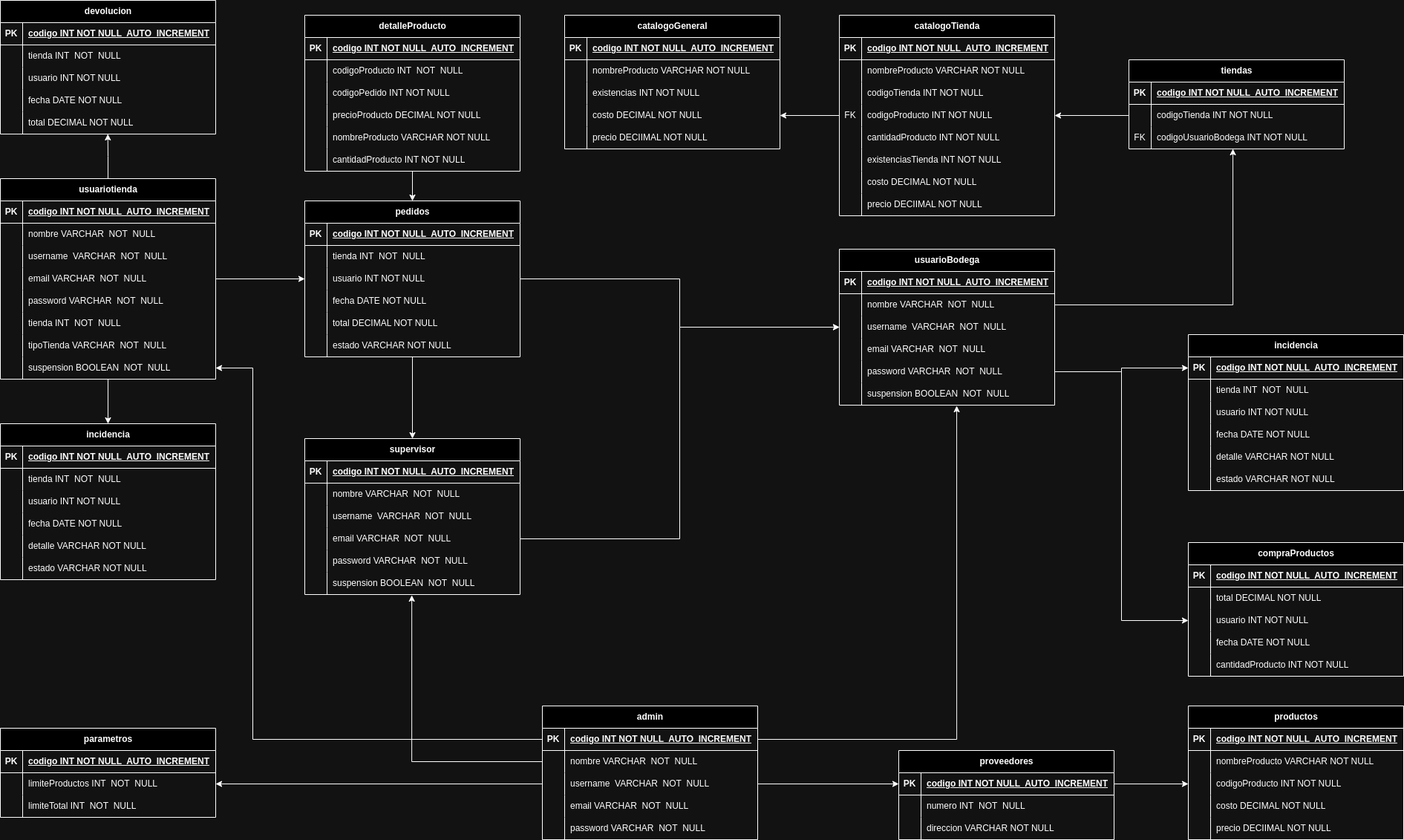
This is Diagrama de tablas.drawio.png from 117CarlosCoder/Modelado, a draw.io export, as it was before one commit. Source tidied: cells renumbered, new cells last; positions are measured from the earlier drawing's top-left corner, leaving out a move shared by most shapes.
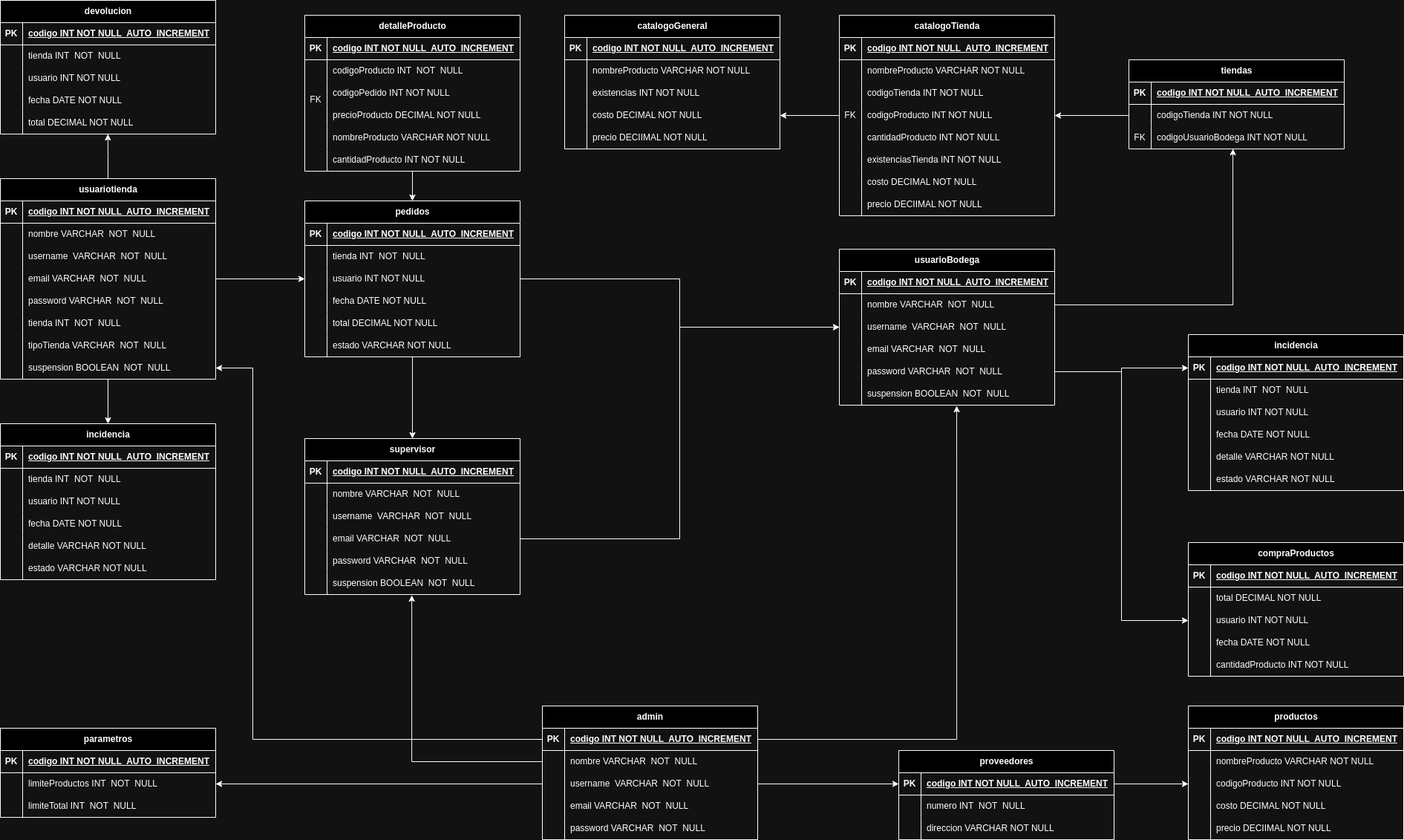
After the commit.

The edit, as a diff of the source:
```diff
@@ -335,7 +335,7 @@
     <mxCell id="112" style="shape=tableRow;horizontal=0;startSize=0;swimlaneHead=0;swimlaneBody=0;fillColor=none;top=0;left=0;right=0;bottom=0;" parent="105" vertex="1">
       <mxGeometry y="90" width="290" height="30" as="geometry" />
     </mxCell>
-    <mxCell id="113" style="shape=partialRectangle;fillColor=none;top=0;left=0;bottom=0;right=0;overflow=hidden;whiteSpace=wrap;html=1;" parent="112" vertex="1">
+    <mxCell id="113" value="&lt;br&gt;FK" style="shape=partialRectangle;fillColor=none;top=0;left=0;bottom=0;right=0;overflow=hidden;whiteSpace=wrap;html=1;" parent="112" vertex="1">
       <mxGeometry width="30" height="30" as="geometry" />
     </mxCell>
     <mxCell id="114" value="codigoPedido INT NOT NULL" style="shape=partialRectangle;fillColor=none;top=0;left=0;bottom=0;right=0;align=left;spacingLeft=6;overflow=hidden;whiteSpace=wrap;html=1;" parent="112" vertex="1">
```
